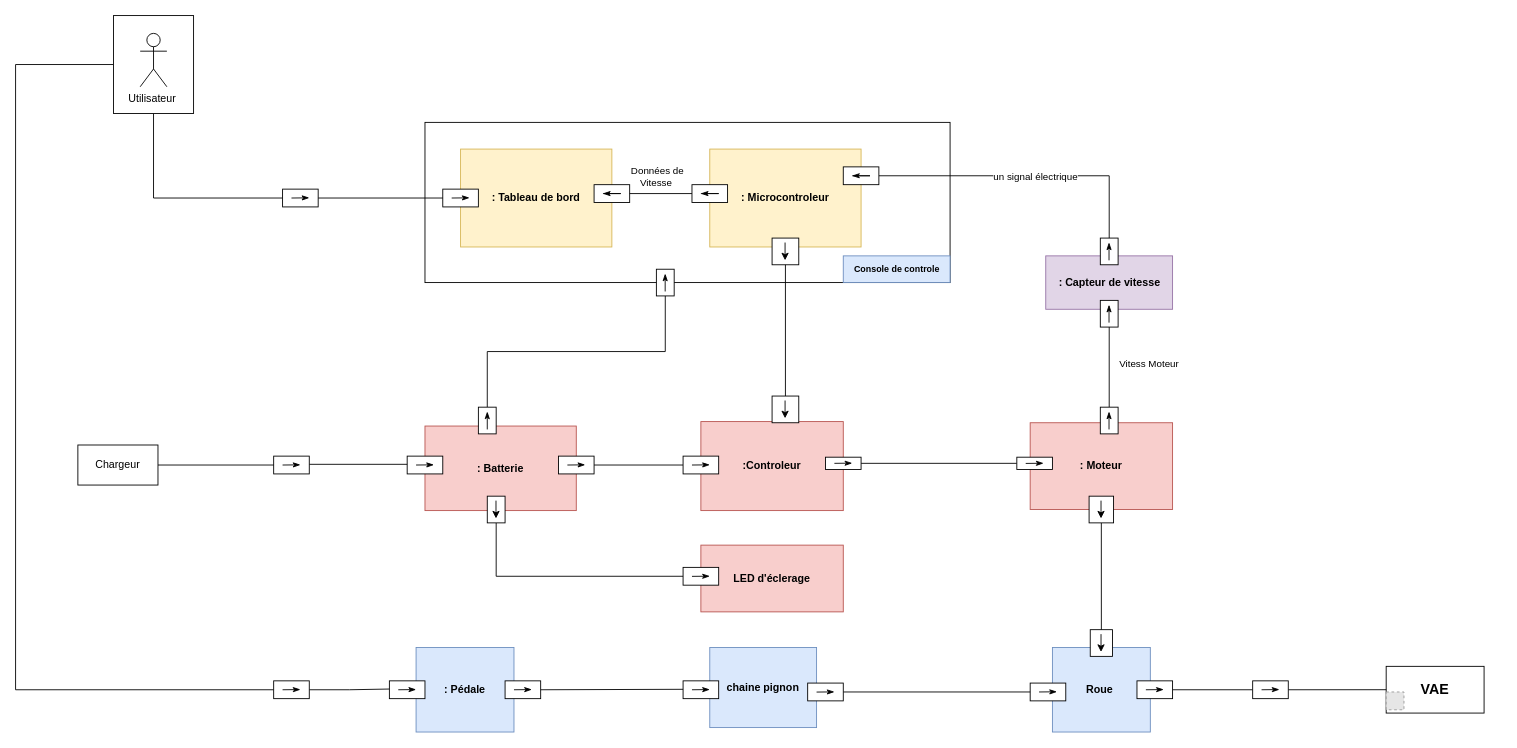
zakaria-bak/VAE-Velo-Assistance-Electrique--SysML-diagrams keeps this draw.io diagram as diagramme de bloc interne.drawio. Above is the earlier version. Source tidied: cells renumbered, new cells numbered last; positions are measured from the earlier drawing's top-left corner, leaving out a move shared by most shapes. Both pictures are drawn from the tidied source at 89%, with x=0, y=0 at pixel (15, 15). Pictures stored in the file or linked from it are replaced by grey dashed boxes.
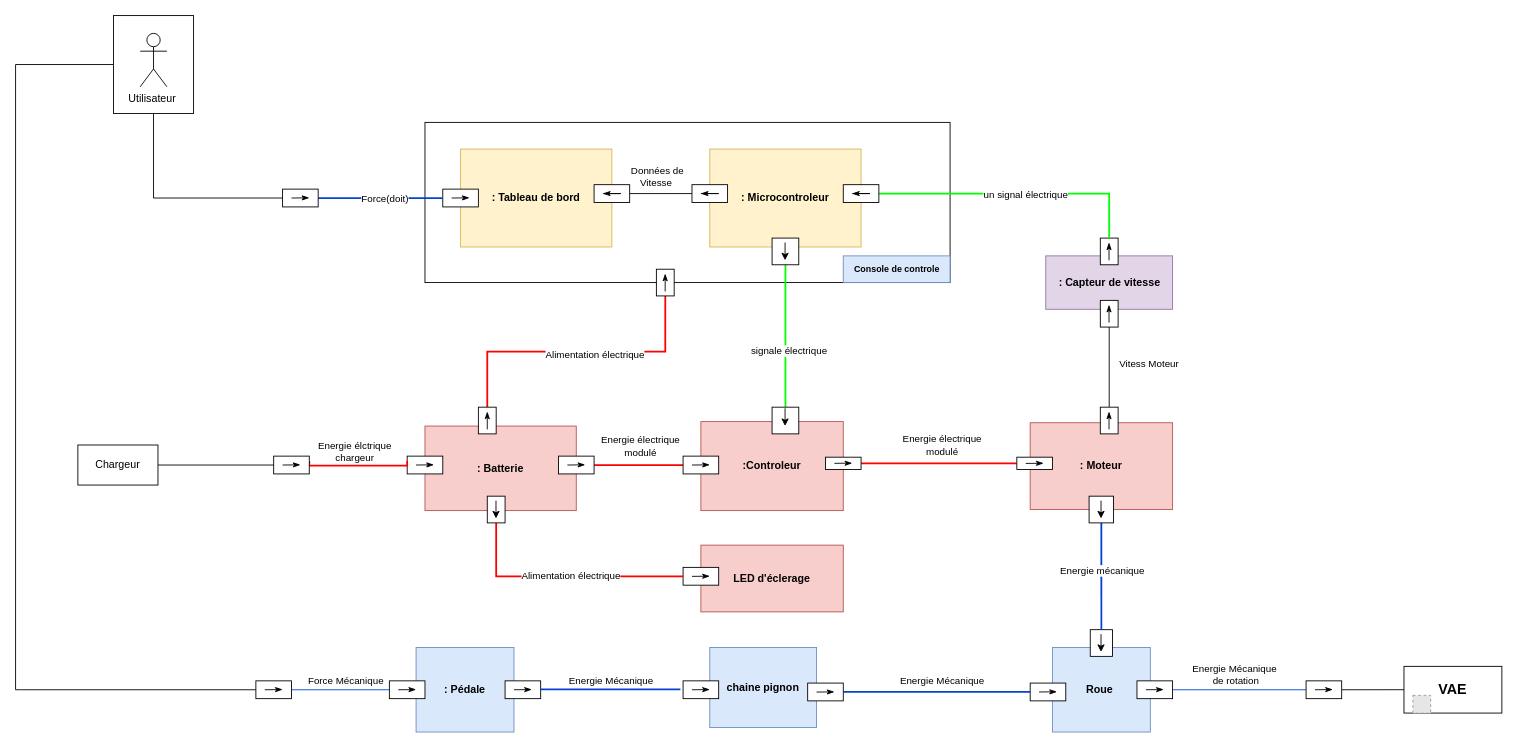
After the change.

The change refers to these unchanged cells:
```xml
<mxCell id="12" style="rounded=0;whiteSpace=wrap;html=1;shadow=0;" parent="1" vertex="1">
  <mxGeometry x="480" y="195" width="40" height="20" as="geometry" />
</mxCell>
<mxCell id="15" style="rounded=0;whiteSpace=wrap;html=1;shadow=0;" parent="1" vertex="1">
  <mxGeometry x="520" y="440" width="20" height="30" as="geometry" />
</mxCell>
<mxCell id="18" style="rounded=0;whiteSpace=wrap;html=1;shadow=0;" parent="1" vertex="1">
  <mxGeometry x="300" y="195" width="40" height="20" as="geometry" />
</mxCell>
<mxCell id="20" style="rounded=0;whiteSpace=wrap;html=1;shadow=0;" parent="1" vertex="1">
  <mxGeometry x="720" y="285" width="20" height="30" as="geometry" />
</mxCell>
<mxCell id="24" style="rounded=0;whiteSpace=wrap;html=1;shadow=0;" parent="1" vertex="1">
  <mxGeometry x="420" y="747.5" width="40" height="20" as="geometry" />
</mxCell>
<mxCell id="28" style="rounded=0;whiteSpace=wrap;html=1;shadow=0;" parent="1" vertex="1">
  <mxGeometry x="550" y="747.5" width="40" height="20" as="geometry" />
</mxCell>
<mxCell id="30" style="rounded=0;whiteSpace=wrap;html=1;shadow=0;" parent="1" vertex="1">
  <mxGeometry x="1140" y="750" width="40" height="20" as="geometry" />
</mxCell>
<mxCell id="32" style="rounded=0;whiteSpace=wrap;html=1;shadow=0;" parent="1" vertex="1">
  <mxGeometry x="1207.5" y="690" width="25" height="30" as="geometry" />
</mxCell>
<mxCell id="41" value="&lt;b&gt;: Microcontroleur&lt;/b&gt;" style="rounded=0;whiteSpace=wrap;html=1;rotation=0;fillColor=#fff2cc;strokeColor=#d6b656;" parent="1" vertex="1">
  <mxGeometry x="780" y="150" width="170" height="110" as="geometry" />
</mxCell>
<mxCell id="43" style="rounded=0;whiteSpace=wrap;html=1;shadow=0;direction=south;" parent="1" vertex="1">
  <mxGeometry x="1218.8" y="250" width="20" height="30" as="geometry" />
</mxCell>
<mxCell id="60" style="rounded=0;whiteSpace=wrap;html=1;shadow=0;" parent="1" vertex="1">
  <mxGeometry x="1206.2" y="540" width="27.5" height="30" as="geometry" />
</mxCell>
<mxCell id="69" style="rounded=0;whiteSpace=wrap;html=1;shadow=0;" parent="1" vertex="1">
  <mxGeometry x="610" y="495" width="40" height="20" as="geometry" />
</mxCell>
<mxCell id="71" style="rounded=0;whiteSpace=wrap;html=1;shadow=0;" parent="1" vertex="1">
  <mxGeometry x="750" y="495" width="40" height="20" as="geometry" />
</mxCell>
<mxCell id="74" style="rounded=0;whiteSpace=wrap;html=1;shadow=0;" parent="1" vertex="1">
  <mxGeometry x="910" y="496.2" width="40" height="13.8" as="geometry" />
</mxCell>
<mxCell id="76" style="rounded=0;whiteSpace=wrap;html=1;shadow=0;" parent="1" vertex="1">
  <mxGeometry x="1125" y="496.2" width="40" height="13.8" as="geometry" />
</mxCell>
<mxCell id="78" style="rounded=0;whiteSpace=wrap;html=1;shadow=0;" parent="1" vertex="1">
  <mxGeometry x="290" y="495" width="40" height="20" as="geometry" />
</mxCell>
<mxCell id="88" style="rounded=0;whiteSpace=wrap;html=1;shadow=0;" parent="1" vertex="1">
  <mxGeometry x="750" y="620" width="40" height="20" as="geometry" />
</mxCell>
<mxCell id="91" style="rounded=0;whiteSpace=wrap;html=1;shadow=0;" parent="1" vertex="1">
  <mxGeometry x="530" y="540" width="20" height="30" as="geometry" />
</mxCell>
<mxCell id="93" style="rounded=0;whiteSpace=wrap;html=1;shadow=0;" parent="1" vertex="1">
  <mxGeometry x="890" y="750" width="40" height="20" as="geometry" />
</mxCell>
<mxCell id="96" style="rounded=0;whiteSpace=wrap;html=1;shadow=0;" parent="1" vertex="1">
  <mxGeometry x="1260" y="747.5" width="40" height="20" as="geometry" />
</mxCell>
```

What changed in the source:
```diff
@@
-    <mxCell id="14" style="edgeStyle=orthogonalEdgeStyle;rounded=0;jettySize=auto;html=1;exitX=0.5;exitY=0;exitDx=0;exitDy=0;entryX=0.5;entryY=1;entryDx=0;entryDy=0;endArrow=none;endFill=0;" parent="1" edge="1" source="15" target="20">
+    <mxCell id="14" style="edgeStyle=orthogonalEdgeStyle;rounded=0;jettySize=auto;html=1;exitX=0.5;exitY=0;exitDx=0;exitDy=0;entryX=0.5;entryY=1;entryDx=0;entryDy=0;endArrow=none;endFill=0;strokeColor=#ff0000;strokeWidth=2;" parent="1" edge="1" source="15" target="20">
       <mxGeometry relative="1" as="geometry" />
     </mxCell>
@@
-    <mxCell id="17" style="edgeStyle=orthogonalEdgeStyle;rounded=0;jettySize=auto;html=1;exitX=1;exitY=0.5;exitDx=0;exitDy=0;entryX=0;entryY=0.5;entryDx=0;entryDy=0;endArrow=none;endFill=0;strokeColor=#000000;strokeWidth=1;" parent="1" edge="1" source="18" target="12">
+    <mxCell id="17" style="edgeStyle=orthogonalEdgeStyle;rounded=0;jettySize=auto;html=1;exitX=1;exitY=0.5;exitDx=0;exitDy=0;entryX=0;entryY=0.5;entryDx=0;entryDy=0;endArrow=none;endFill=0;strokeColor=#0442d2;strokeWidth=2;" parent="1" edge="1" source="18" target="12">
       <mxGeometry relative="1" as="geometry" />
     </mxCell>
+    <mxCell id="101" value="Force(doit)" style="edgeLabel;html=1;align=center;verticalAlign=middle;" parent="17" vertex="1">
+      <mxGeometry x="0.05" relative="1" as="geometry" />
+    </mxCell>
@@
-    <mxCell id="35" style="edgeStyle=orthogonalEdgeStyle;rounded=0;jettySize=auto;html=1;exitX=1;exitY=0.5;exitDx=0;exitDy=0;entryX=0;entryY=0.5;entryDx=0;entryDy=0;endArrow=none;endFill=0;" parent="1" edge="1" source="78">
+    <mxCell id="35" style="edgeStyle=orthogonalEdgeStyle;rounded=0;orthogonalLoop=1;jettySize=auto;html=1;exitX=1;exitY=0.5;exitDx=0;exitDy=0;entryX=0;entryY=0.5;entryDx=0;entryDy=0;endArrow=none;endFill=0;strokeWidth=2;strokeColor=#ff0000;" parent="1" edge="1">
       <mxGeometry relative="1" as="geometry">
-        <mxPoint x="440" y="504.2" as="targetPoint" />
+        <mxPoint x="330" y="500.6" as="sourcePoint" />
+        <mxPoint x="440" y="500.6" as="targetPoint" />
         <Array as="points">
-          <mxPoint x="440" y="504" />
+          <mxPoint x="330" y="505.6" />
+          <mxPoint x="440" y="505.6" />
         </Array>
       </mxGeometry>
     </mxCell>
+    <mxCell id="102" value="Energie élctrique &lt;br&gt;chargeur" style="edgeLabel;html=1;align=center;verticalAlign=middle;" parent="35" vertex="1">
+      <mxGeometry x="-0.2" y="3" relative="1" as="geometry">
+        <mxPoint x="7" y="-13" as="offset" />
+      </mxGeometry>
+    </mxCell>
-    <mxCell id="36" style="edgeStyle=orthogonalEdgeStyle;rounded=0;jettySize=auto;html=1;exitX=1;exitY=0.5;exitDx=0;exitDy=0;entryX=0;entryY=0.5;entryDx=0;entryDy=0;endArrow=none;endFill=0;" parent="1" edge="1" source="80">
-      <mxGeometry relative="1" as="geometry">
-        <mxPoint x="420" y="756.7" as="targetPoint" />
-      </mxGeometry>
+    <mxCell id="36" style="edgeStyle=orthogonalEdgeStyle;rounded=0;jettySize=auto;html=1;exitX=1;exitY=0.5;exitDx=0;exitDy=0;entryX=0;entryY=0.5;entryDx=0;entryDy=0;endArrow=none;endFill=0;strokeColor=#0442d2;" parent="1" edge="1" source="80" target="24">
+      <mxGeometry relative="1" as="geometry" />
     </mxCell>
+    <mxCell id="103" value="Force Mécanique" style="edgeLabel;html=1;align=center;verticalAlign=middle;" parent="36" vertex="1">
+      <mxGeometry x="0.04" y="2" relative="1" as="geometry">
+        <mxPoint x="3" y="-8" as="offset" />
+      </mxGeometry>
+    </mxCell>
-    <mxCell id="37" style="edgeStyle=orthogonalEdgeStyle;rounded=0;jettySize=auto;html=1;exitX=1;exitY=0.5;exitDx=0;exitDy=0;entryX=0;entryY=0.5;entryDx=0;entryDy=0;endArrow=none;endFill=0;" parent="1" edge="1" source="28">
+    <mxCell id="37" style="edgeStyle=orthogonalEdgeStyle;rounded=0;orthogonalLoop=1;jettySize=auto;html=1;entryX=0;entryY=0.5;entryDx=0;entryDy=0;endArrow=none;endFill=0;strokeColor=#0442d2;strokeWidth=2;" parent="1" edge="1">
       <mxGeometry relative="1" as="geometry">
-        <mxPoint x="750" y="757" as="targetPoint" />
+        <mxPoint x="590" y="757" as="sourcePoint" />
+        <mxPoint x="747" y="757" as="targetPoint" />
       </mxGeometry>
     </mxCell>
+    <mxCell id="104" value="Energie Mécanique" style="edgeLabel;html=1;align=center;verticalAlign=middle;" parent="37" vertex="1">
+      <mxGeometry x="-0.22" y="-1" relative="1" as="geometry">
+        <mxPoint x="17" y="-11" as="offset" />
+      </mxGeometry>
+    </mxCell>
-    <mxCell id="38" style="edgeStyle=orthogonalEdgeStyle;rounded=0;jettySize=auto;html=1;exitX=1;exitY=0.5;exitDx=0;exitDy=0;endArrow=none;endFill=0;entryX=0;entryY=0.5;entryDx=0;entryDy=0;" parent="1" edge="1" source="93" target="30">
+    <mxCell id="38" style="edgeStyle=orthogonalEdgeStyle;rounded=0;jettySize=auto;html=1;exitX=1;exitY=0.5;exitDx=0;exitDy=0;endArrow=none;endFill=0;entryX=0;entryY=0.5;entryDx=0;entryDy=0;strokeColor=#0442d2;strokeWidth=2;" parent="1" edge="1" source="93" target="30">
       <mxGeometry relative="1" as="geometry">
         <Array as="points">
           <mxPoint x="1140" y="760" />
         </Array>
       </mxGeometry>
     </mxCell>
@@
-    <mxCell id="40" style="edgeStyle=orthogonalEdgeStyle;rounded=0;jettySize=auto;html=1;entryX=0.5;entryY=0;entryDx=0;entryDy=0;endArrow=none;endFill=0;" parent="1" edge="1" source="41" target="57">
+    <mxCell id="40" style="edgeStyle=orthogonalEdgeStyle;rounded=0;jettySize=auto;html=1;entryX=0.5;entryY=0;entryDx=0;entryDy=0;endArrow=none;endFill=0;strokeColor=#00ff00;strokeWidth=2;" parent="1" edge="1" source="41" target="57">
       <mxGeometry relative="1" as="geometry" />
     </mxCell>
+    <mxCell id="105" value="signale électrique" style="edgeLabel;html=1;align=center;verticalAlign=middle;" parent="40" vertex="1">
+      <mxGeometry x="0.29" y="3" relative="1" as="geometry" />
+    </mxCell>
@@
-    <mxCell id="45" style="edgeStyle=orthogonalEdgeStyle;rounded=0;jettySize=auto;html=1;exitX=1;exitY=0.5;exitDx=0;exitDy=0;entryX=0;entryY=0.5;entryDx=0;entryDy=0;endArrow=none;endFill=0;" parent="1" edge="1" source="47" target="43">
+    <mxCell id="45" style="edgeStyle=orthogonalEdgeStyle;rounded=0;jettySize=auto;html=1;exitX=1;exitY=0.5;exitDx=0;exitDy=0;entryX=0;entryY=0.5;entryDx=0;entryDy=0;endArrow=none;endFill=0;strokeColor=#00ff00;strokeWidth=2;" parent="1" edge="1" source="47" target="43">
       <mxGeometry relative="1" as="geometry" />
     </mxCell>
@@
     <mxCell id="47" style="rounded=0;whiteSpace=wrap;html=1;shadow=0;" parent="1" vertex="1">
-      <mxGeometry x="930" y="170" width="40" height="20" as="geometry" />
+      <mxGeometry x="930" y="190" width="40" height="20" as="geometry" />
     </mxCell>
     <mxCell id="48" style="endArrow=classicThin;html=1;rounded=0;endFill=1;shadow=0;" parent="1" edge="1">
       <mxGeometry relative="1" as="geometry">
-        <mxPoint x="940" y="180" as="sourcePoint" />
-        <mxPoint x="940" y="180" as="targetPoint" />
+        <mxPoint x="940" y="200" as="sourcePoint" />
+        <mxPoint x="940" y="200" as="targetPoint" />
         <Array as="points">
-          <mxPoint x="960" y="180" />
+          <mxPoint x="960" y="200" />
         </Array>
       </mxGeometry>
     </mxCell>
@@
     <mxCell id="57" style="rounded=0;whiteSpace=wrap;html=1;shadow=0;" parent="1" vertex="1">
-      <mxGeometry x="850" y="427.5" width="30" height="30" as="geometry" />
+      <mxGeometry x="850" y="440" width="30" height="30" as="geometry" />
     </mxCell>
     <mxCell id="58" style="endArrow=classic;html=1;rounded=0;" parent="1" edge="1">
       <mxGeometry relative="1" as="geometry">
-        <mxPoint x="864.6" y="432.5" as="sourcePoint" />
-        <mxPoint x="864.6" y="452.5" as="targetPoint" />
+        <mxPoint x="864.6" y="441.2" as="sourcePoint" />
+        <mxPoint x="864.6" y="461.2" as="targetPoint" />
       </mxGeometry>
     </mxCell>
-    <mxCell id="59" style="edgeStyle=orthogonalEdgeStyle;rounded=0;jettySize=auto;html=1;exitX=0.5;exitY=1;exitDx=0;exitDy=0;entryX=0.5;entryY=0;entryDx=0;entryDy=0;endArrow=none;endFill=0;" parent="1" edge="1" source="60" target="32">
+    <mxCell id="59" style="edgeStyle=orthogonalEdgeStyle;rounded=0;jettySize=auto;html=1;exitX=0.5;exitY=1;exitDx=0;exitDy=0;entryX=0.5;entryY=0;entryDx=0;entryDy=0;endArrow=none;endFill=0;strokeColor=#0442d2;strokeWidth=2;" parent="1" edge="1" source="60" target="32">
       <mxGeometry relative="1" as="geometry" />
     </mxCell>
+    <mxCell id="106" value="Energie mécanique" style="edgeLabel;html=1;align=center;verticalAlign=middle;" parent="59" vertex="1">
+      <mxGeometry x="-0.1" y="1" relative="1" as="geometry" />
+    </mxCell>
@@
-    <mxCell id="68" style="edgeStyle=orthogonalEdgeStyle;rounded=0;jettySize=auto;html=1;exitX=1;exitY=0.5;exitDx=0;exitDy=0;entryX=0;entryY=0.5;entryDx=0;entryDy=0;endArrow=none;endFill=0;" parent="1" edge="1" source="69" target="71">
+    <mxCell id="68" style="edgeStyle=orthogonalEdgeStyle;rounded=0;jettySize=auto;html=1;exitX=1;exitY=0.5;exitDx=0;exitDy=0;entryX=0;entryY=0.5;entryDx=0;entryDy=0;endArrow=none;endFill=0;strokeColor=#ff0000;strokeWidth=2;" parent="1" edge="1" source="69" target="71">
       <mxGeometry relative="1" as="geometry" />
     </mxCell>
+    <mxCell id="107" value="Energie électrique &lt;br&gt;modulé" style="edgeLabel;html=1;align=center;verticalAlign=middle;" parent="68" vertex="1">
+      <mxGeometry x="-0.15" y="-1" relative="1" as="geometry">
+        <mxPoint x="8" y="-23" as="offset" />
+      </mxGeometry>
+    </mxCell>
@@
-    <mxCell id="73" style="edgeStyle=orthogonalEdgeStyle;rounded=0;jettySize=auto;html=1;exitX=1;exitY=0.5;exitDx=0;exitDy=0;entryX=0;entryY=0.5;entryDx=0;entryDy=0;endArrow=none;endFill=0;" parent="1" edge="1" source="74" target="76">
+    <mxCell id="73" style="edgeStyle=orthogonalEdgeStyle;rounded=0;jettySize=auto;html=1;exitX=1;exitY=0.5;exitDx=0;exitDy=0;entryX=0;entryY=0.5;entryDx=0;entryDy=0;endArrow=none;endFill=0;strokeColor=#ff0000;strokeWidth=2;" parent="1" edge="1" source="74" target="76">
       <mxGeometry relative="1" as="geometry" />
     </mxCell>
@@
     <mxCell id="80" style="rounded=0;whiteSpace=wrap;html=1;shadow=0;" parent="1" vertex="1">
-      <mxGeometry x="290" y="747.5" width="40" height="20" as="geometry" />
+      <mxGeometry x="270" y="747.5" width="40" height="20" as="geometry" />
     </mxCell>
     <mxCell id="81" style="endArrow=classicThin;html=1;rounded=0;endFill=1;shadow=0;" parent="1" edge="1">
       <mxGeometry relative="1" as="geometry">
-        <mxPoint x="300" y="757.5" as="sourcePoint" />
-        <mxPoint x="320" y="757.3" as="targetPoint" />
+        <mxPoint x="280" y="757.5" as="sourcePoint" />
+        <mxPoint x="300" y="757.3" as="targetPoint" />
       </mxGeometry>
     </mxCell>
@@
     <mxCell id="83" value="&lt;font size=&quot;1&quot; style=&quot;&quot;&gt;&lt;b style=&quot;font-size: 16px;&quot;&gt;VAE&lt;/b&gt;&lt;/font&gt;" style="rounded=0;whiteSpace=wrap;html=1;" parent="1" vertex="1">
-      <mxGeometry x="1540" y="731.2" width="110" height="52.5" as="geometry" />
+      <mxGeometry x="1560" y="731.2" width="110" height="52.5" as="geometry" />
     </mxCell>
     <mxCell id="84" style="fillColor=#E6E6E6;strokeColor=#999999;dashed=1;verticalLabelPosition=bottom;labelBackgroundColor=default;verticalAlign=top;" parent="1" vertex="1">
-      <mxGeometry x="1540" y="760" width="20" height="20" as="geometry" />
+      <mxGeometry x="1570" y="763.8" width="20" height="20" as="geometry" />
     </mxCell>
@@
-    <mxCell id="90" style="edgeStyle=orthogonalEdgeStyle;rounded=0;jettySize=auto;html=1;exitX=0.5;exitY=1;exitDx=0;exitDy=0;entryX=0;entryY=0.5;entryDx=0;entryDy=0;endArrow=none;endFill=0;" parent="1" edge="1" source="91" target="88">
+    <mxCell id="90" style="edgeStyle=orthogonalEdgeStyle;rounded=0;jettySize=auto;html=1;exitX=0.5;exitY=1;exitDx=0;exitDy=0;entryX=0;entryY=0.5;entryDx=0;entryDy=0;endArrow=none;endFill=0;strokeColor=#ff0000;strokeWidth=2;" parent="1" edge="1" source="91" target="88">
       <mxGeometry relative="1" as="geometry" />
     </mxCell>
+    <mxCell id="108" value="Alimentation électrique" style="edgeLabel;html=1;align=center;verticalAlign=middle;" parent="90" vertex="1">
+      <mxGeometry x="0.06" y="2" relative="1" as="geometry" />
+    </mxCell>
@@
-    <mxCell id="95" style="edgeStyle=orthogonalEdgeStyle;rounded=0;jettySize=auto;html=1;exitX=1;exitY=0.5;exitDx=0;exitDy=0;entryX=0;entryY=0.5;entryDx=0;entryDy=0;endArrow=none;endFill=0;" parent="1" edge="1" source="96" target="99">
+    <mxCell id="95" style="edgeStyle=orthogonalEdgeStyle;rounded=0;jettySize=auto;html=1;exitX=1;exitY=0.5;exitDx=0;exitDy=0;entryX=0;entryY=0.5;entryDx=0;entryDy=0;endArrow=none;endFill=0;strokeColor=#0442d2;" parent="1" edge="1" source="96" target="99">
       <mxGeometry relative="1" as="geometry" />
     </mxCell>
@@
     <mxCell id="99" style="rounded=0;whiteSpace=wrap;html=1;shadow=0;" parent="1" vertex="1">
-      <mxGeometry x="1390" y="747.5" width="40" height="20" as="geometry" />
+      <mxGeometry x="1450" y="747.5" width="40" height="20" as="geometry" />
     </mxCell>
     <mxCell id="100" style="endArrow=classicThin;html=1;rounded=0;endFill=1;shadow=0;" parent="1" edge="1">
       <mxGeometry relative="1" as="geometry">
-        <mxPoint x="1400" y="757.5" as="sourcePoint" />
-        <mxPoint x="1420" y="757.3" as="targetPoint" />
+        <mxPoint x="1460" y="757.5" as="sourcePoint" />
+        <mxPoint x="1480" y="757.3" as="targetPoint" />
       </mxGeometry>
     </mxCell>
+    <mxCell id="109" value="Energie Mécanique" style="edgeLabel;html=1;align=center;verticalAlign=middle;" parent="1" vertex="1">
+      <mxGeometry x="1040" y="747.5" as="geometry" />
+    </mxCell>
+    <mxCell id="110" value="Energie Mécanique&amp;nbsp;&lt;br&gt;de rotation" style="edgeLabel;html=1;align=center;verticalAlign=middle;" parent="1" vertex="1">
+      <mxGeometry x="1370" y="740" as="geometry" />
+    </mxCell>
+    <mxCell id="111" value="Alimentation électrique" style="edgeLabel;html=1;align=center;verticalAlign=middle;" parent="1" vertex="1">
+      <mxGeometry x="650" y="380" as="geometry" />
+    </mxCell>
+    <mxCell id="112" value="Energie électrique &lt;br&gt;modulé" style="edgeLabel;html=1;align=center;verticalAlign=middle;" parent="1" vertex="1">
+      <mxGeometry x="1040" y="482.5" as="geometry" />
+    </mxCell>
```
